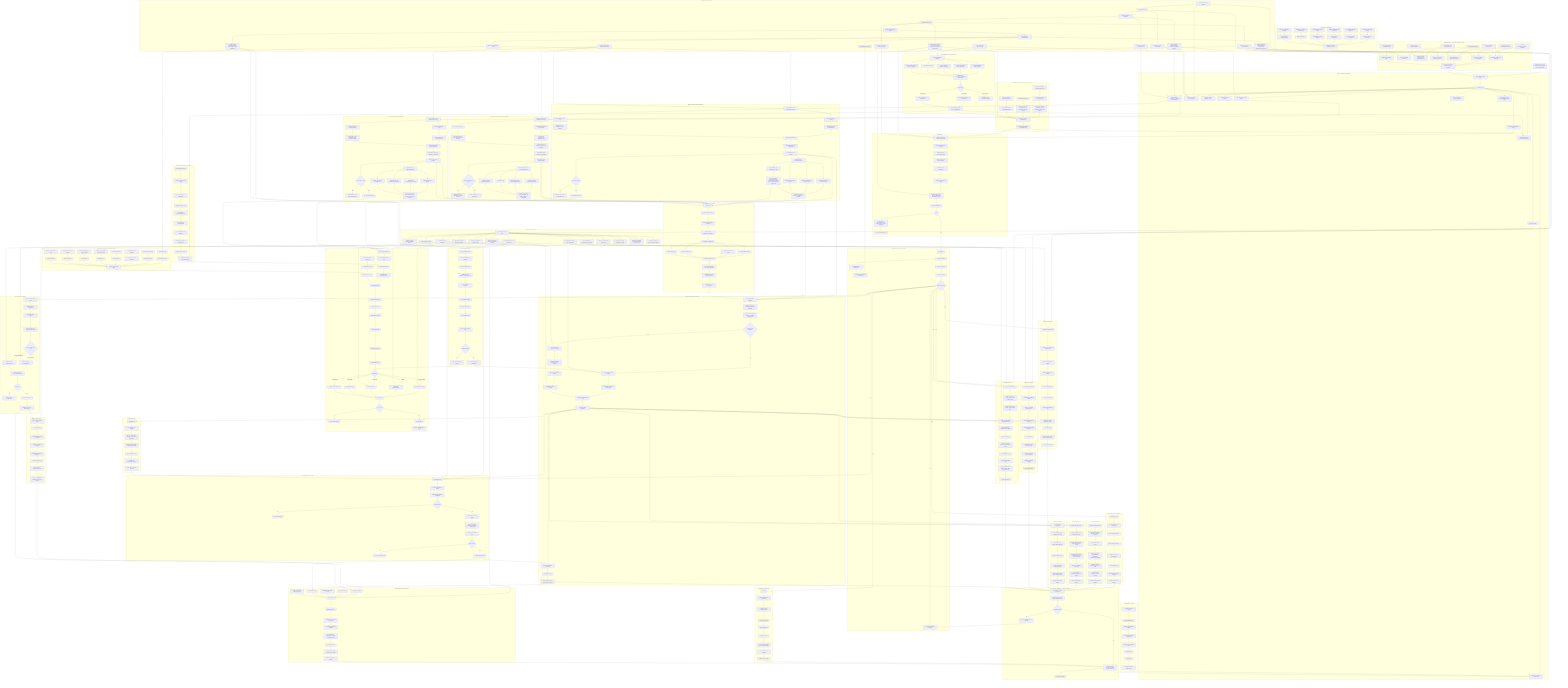
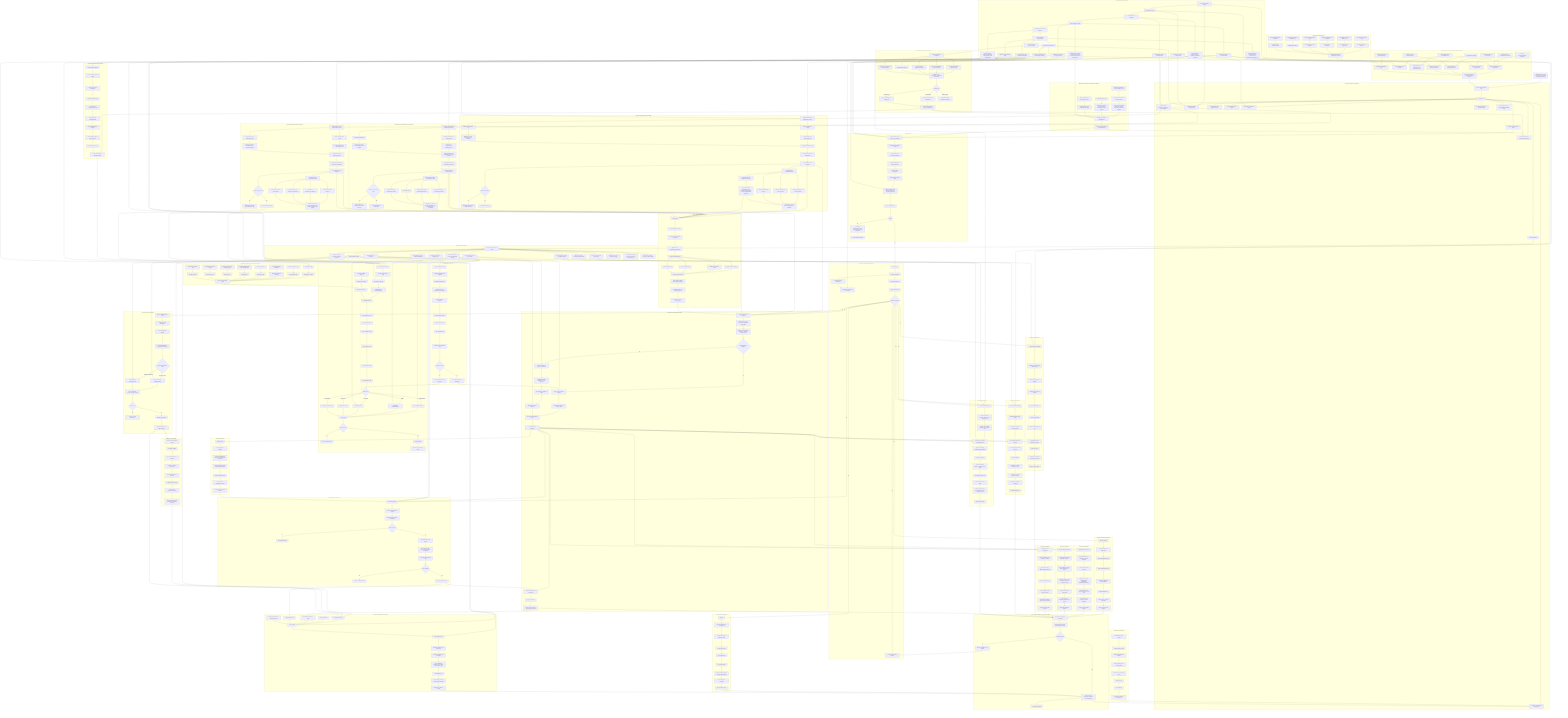
flowchart TD
    START["Management scale view<br/>z/OS provisioning and third-party software lifecycle"] --> CN["Linux or macOS control node"]

    subgraph WORKFORCE["Delivery model: one owner plus AI-assisted execution"]
        OWNER["Human architect and accountable owner"] --> BACKLOG["Architecture backlog and decision log"]
        OWNER --> PRIORITY["Scope triage and pilot selection"]
        OWNER --> REVIEW["Design review, risk acceptance, and production approval"]
        AG1["AI agent: repo/documentation maintainer"] --> BACKLOG
        AG2["AI agent: product documentation researcher"] --> DOCQUEUE["Vendor documentation research queue"]
        AG3["AI agent: Ansible role implementer"] --> ROLEQUEUE["Role and collection implementation queue"]
        AG4["AI agent: test and verification builder"] --> TESTQUEUE["Scenario, molecule, lint, and evidence queue"]
        AG5["AI agent: migration and unwinding analyst"] --> UNWINDQUEUE["Installed-state unwinding queue"]
        COPILOT["IDE completion assistant"] --> ROLEQUEUE
        BACKLOG --> DECISIONS["Recorded assumptions, constraints, and open questions"]
        DOCQUEUE --> DECISIONS
        ROLEQUEUE --> DECISIONS
        TESTQUEUE --> DECISIONS
        UNWINDQUEUE --> DECISIONS
    end

    subgraph CONTROL["Control node and project foundation"]
        CN --> AP["Ansible project"]
        AP --> INV["Inventory and environment model"]
        AP --> ROLES["Shared role catalog"]
        AP --> DATA["Product, region, subsystem, security, and clone definitions"]
        AP --> REPORT["Validation, reporting, and evidence roles"]
        AP --> DOCS["Synchronized design documentation"]
        AP --> DIAGS["Standalone Mermaid diagram sources"]
        AP --> GIT["Git history with atomic commits"]
        AP --> CI["Lint, syntax, and scenario checks"]
        AP --> SECRETS["Vault, credential, token, and key handling"]
        AP --> COLLECTIONS["Ansible collections and execution environments"]
        AP --> TEMPLATES["Jinja templates for JCL, SQL, PARMLIB, PROCLIB, RACF"]
    end

    subgraph GAPS["Top-to-bottom gap remediation"]
        GAP1["Cross-document gap register"] --> GAP2["Pilot selection record"]
        GAP2 --> GAP3["Artifact and schema foundation"]
        GAP3 --> GAP4["IBM automation contract"]
        GAP4 --> GAP5["Security and clone-factory decisions"]
        GAP5 --> GAP6["Vendor intake and unwinding plan"]
        GAP6 --> GAP7["Pilot design readiness gate"]
        GAP3 --> GAP8["Product definition, dependency graph, evidence, and backout schemas"]
        GAP4 --> GAP9["z/OSMF, Ansible collection, control-node, managed-node, CICS, IMS, Db2, and MQ decisions"]
        GAP5 --> GAP10["Security backend abstraction, RACF-first clone template, z/VM capability map"]
        GAP6 --> GAP11["Entitlement-backed inventory, BMC pilot evidence, OSS dispositions, sidequest rule"]
        GAP2 --> GAP12["Pilot and governance controls detail"]
        GAP3 --> GAP13["Schema and evidence foundation detail"]
        GAP4 --> GAP14["Automation contract and security gap detail"]
        GAP6 --> GAP15["BMC read-only unwinding detail"]
        GAP6 --> GAP16["Product inventory and entitlement intake detail"]
        GAP4 --> GAP17["Subsystem scope and execution detail"]
        GAP6 --> GAP18["OSS and sidequest disposition detail"]
+         GAP7 --> GAP19["Repository population and clone lifecycle workflows"]
    end

    subgraph IBMDOCS["IBM Ansible and platform documentation gathering"]
        ID1["Gather Red Hat Ansible Content for IBM Z docs"] --> ID2["Record collection versions and requirements"]
        ID2 --> ID3["Map z/OS Core, z/OSMF, CICS, IMS, System Automation, and Z HMC modules"]
        ID4["Gather IBM product docs"] --> ID5["Map z/OS, CICS, IMS, Db2, MQ, System Automation, and z/VM surfaces"]
        ID6["Probe unsupported or unconfirmed surfaces"] --> ID7["Classify Db2, MQ, and z/VM automation gaps"]
        ID3 --> ID8["Platform and collection capability maps"]
        ID5 --> ID8
        ID7 --> ID8
        ID8 --> ID9["Role design prerequisites and preflight inputs"]
    end

    subgraph OSSDOCS["OSS tooling discovery and governance"]
        OSS1["Collect relevant OSS candidates"] --> OSS2["Feilong and IBM z/VM adjacent tooling"]
        OSS1 --> OSS3["Zowe CLI, API Mediation Layer, and Explorer"]
        OSS1 --> OSS4["zopen community packages and Git port"]
        OSS1 --> OSS5["Galasa validation harness"]
        OSS1 --> OSS6["py3270, x3270, s3270, and emulator watchlist"]
        OSS2 --> OSS7["Classify license, provenance, support, and internal owner"]
        OSS3 --> OSS7
        OSS4 --> OSS7
        OSS5 --> OSS7
        OSS6 --> OSS7
        OSS7 --> OSS8{"Adoption lane"}
        OSS8 -- "Core candidate" --> OSS9["Pin version and mirror into internal depot"]
        OSS8 -- "Optional helper" --> OSS10["Track as control-node or validation aid"]
        OSS8 -- "Risky or unclear" --> OSS11["Quarantine outside executable automation"]
        OSS9 --> OSS12["Feed platform and clone-factory capability maps"]
        OSS10 --> OSS12
    end

    subgraph ARCH["Target architecture surfaces"]
        ROLES --> ZOS["z/OS managed node over SSH"]
        ZOS --> ZOSMF["z/OSMF APIs and workflows"]
        ZOS --> ZOAU["ZOAU and Python runtime"]
        ZOS --> JES["JES job submission and spool capture"]
        ZOS --> MVS["MVS datasets, catalogs, PROCLIB, PARMLIB"]
        ZOS --> USS["USS paths, permissions, tagging, scripts"]
        ZOS --> SMPE["SMP/E CSI, target libraries, distribution libraries"]
        ZOS --> RACF["RACF users, groups, profiles, permits, OMVS, keyrings"]
        ZOS --> CICSAPI["CICS TS, CICSPlex SM, CMCI, CSD"]
        ZOS --> IMSAPI["IMS control regions, commands, DBRC, catalog"]
        ZOS --> DB2API["Db2 subsystems, catalog, SQL, BIND, utilities"]
        ZOS --> TCPIP["TCP/IP, ports, resolver, certificates, keyrings"]
        ZOS --> AUTO["Automation, scheduling, console command, and message hooks"]
        ZOS --> STORAGE["SMS classes, volumes, ACS rules, dataset naming"]
    end

    subgraph PREFLIGHT["Preflight checks"]
        INV --> PF1["Validate control node versions and collections"]
        PF1 --> PF2["Validate SSH and Python on z/OS"]
        PF2 --> PF3["Validate ZOAU and environment variables"]
        PF3 --> PF4["Gather z/OS facts and dataset standards"]
        PF4 --> PF5["Validate security permissions"]
        PF5 --> PF6["Validate storage and HLQ access"]
        PF6 --> PF7["Validate product, CICS, IMS, Db2, SMP/E, and z/OSMF prerequisites"]
        PF7 --> PF8["Produce preflight report"]
        PF8 --> PFGATE{"Ready?"}
        PFGATE -- "No" --> PFGAP["Report gaps<br/>security, storage, SSH, ZOAU, Python, product media, APIs"]
        PFGAP --> PFFOLLOW["Create remediation backlog"]
    end

    ID9 --> PF1
    ID9 --> COLLECTIONS
    OSS12 --> ID8
    OSS12 --> COLLECTIONS
    OSS12 --> DP10
    GAP1 --> BACKLOG
    GAP1 --> DOCS
    GAP2 --> PRIORITY
    GAP7 --> IN8
    GAP8 --> DATA
    GAP8 --> CI
    GAP9 --> ID8
    GAP9 --> PF1
    GAP10 --> CL2
    GAP10 --> R1
    GAP11 --> DOCQUEUE
    GAP11 --> UNWINDQUEUE
    GAP12 --> DOCS
    GAP13 --> DATA
    GAP14 --> PF1
    GAP15 --> BMC1
    GAP15 --> UW1
    GAP16 --> BMC1
    GAP16 --> CA1
    GAP16 --> RK1
    GAP17 --> C1
    GAP17 --> I1
    GAP17 --> D1
    GAP17 --> PF7
    GAP18 --> OSS1
    GAP18 --> DOCS
+     GAP19 --> DP1
+     GAP19 --> CL1
+     GAP19 --> CL7
+     GAP19 --> TESTQUEUE

    subgraph INTAKE["Enterprise intake and design controls"]
        PFGATE -- "Yes" --> IN1["Stage inputs"]
        IN1 --> IN2["Normalize definitions"]
        IN2 --> IN3["Resolve dependencies"]
        IN3 --> IN4["Build execution plan"]
        IN4 --> IN5{"Approval to execute?"}
        IN5 -- "No" --> IN6["Hold plan and publish findings"]
        IN2 --> IN7["Tag unknowns and assumptions"]
        IN7 --> IN8["Split into pilot, backlog, and out-of-scope"]
    end

    subgraph ZOSMFCTRL["z/OSMF-first control model"]
        ZM1["Discover z/OSMF services"] --> ZM2["Validate authentication and certificates"]
        ZM2 --> ZM3["Validate workflow service"]
        ZM3 --> ZM4["Validate jobs, files, datasets, and console APIs"]
        ZM4 --> ZM5["Register workflow templates"]
        ZM5 --> ZM6["Create workflow instance"]
        ZM6 --> ZM7["Bind workflow variables"]
        ZM7 --> ZM8["Drive workflow steps"]
        ZM8 --> ZM9["Collect workflow status and logs"]
        ZM9 --> ZM10{"Workflow reusable?"}
        ZM10 -- "Yes" --> ZM11["Promote as preferred install path"]
        ZM10 -- "No" --> ZM12["Wrap as product-specific exception"]
    end

    subgraph PRODUCTMODEL["Product definition schema pressure"]
        PD1["Vendor family"] --> PD2["Product identity and aliases"]
        PD2 --> PD3["Version, release, FMIDs, SYSMODs"]
        PD3 --> PD4["Media, service, HOLDDATA, checksums"]
        PD4 --> PD5["Install method classification"]
        PD5 --> PD6["z/OSMF workflow variables"]
        PD5 --> PD7["SMP/E zones and CSI model"]
        PD5 --> PD8["Vendor JCL parameters"]
        PD5 --> PD9["Runtime-only overlay"]
        PD6 --> PD10["Runtime integration hooks"]
        PD7 --> PD10
        PD8 --> PD10
        PD9 --> PD10
        PD10 --> PD11["CICS, IMS, Db2, RACF, USS, TCP/IP, automation"]
        PD11 --> PD12["Verification probes and expected evidence"]
        PD12 --> PD13["Backout, hold, soak, accept policy"]
    end

    subgraph BMC["BMC documentation and product intake"]
        BMC1["BMC entitlement and installed-state inventory"] --> BMC2["BMC documentation catalog"]
        BMC1 --> BMC3["BMC Product Download Tool"]
        BMC2 --> BMC4["BMC product/version documentation set"]
        BMC3 --> BMC5["BMC media, service, HOLDDATA, tools, workflows"]
        BMC4 --> BMC6["Classify BMC install method"]
        BMC5 --> BMC6
        BMC6 --> BMC7["Extract BMC automation requirements"]
        BMC7 --> BMC8["Create BMC product definition"]
        BMC8 --> BMC9{"BMC ready for pilot?"}
        BMC9 -- "No" --> BMC10["Mark BMC unknowns and continue discovery"]
        BMC9 -- "Yes" --> BMC11["Select BMC adapter pilot"]
        BMC8 --> BMC12["First BMC target documentation intake"]
        BMC12 --> BMC13["AMI Ops Monitoring and monitor products"]
        BMC12 --> BMC14["AMI Ops Automation and licensed options"]
        BMC12 --> BMC15["AMI DevX product-family inventory"]
        BMC12 --> BMC17["Control-M suite and INCONTROL inventory"]
        BMC13 --> BMC16["Capture docs, media, service, HOLDDATA, JCL, workflows"]
        BMC14 --> BMC16
        BMC15 --> BMC16
        BMC17 --> BMC18["Capture distributed orchestration, agents, Automation API, Control-M for z/OS, and INCONTROL components"]
        BMC18 --> BMC16
    end

    subgraph BROADCOM["Broadcom CA documentation and product intake"]
        CA1["Broadcom entitlement and installed-state inventory"] --> CA2["Broadcom TechDocs and Support Portal"]
        CA1 --> CA3["Broadcom My Downloads"]
        CA2 --> CA4["Broadcom CA product/version documentation set"]
        CA3 --> CA5["Broadcom CA media, service, HOLDDATA, tools, workflows"]
        CA4 --> CA6["Classify Broadcom CA install method and legacy CA aliases"]
        CA5 --> CA6
        CA6 --> CA7["Extract Broadcom CA automation requirements"]
        CA7 --> CA8["Create Broadcom CA product definition"]
        CA8 --> CA9{"Broadcom CA ready for pilot?"}
        CA9 -- "No" --> CA10["Mark Broadcom CA unknowns and continue discovery"]
        CA9 -- "Yes" --> CA11["Select Broadcom CA adapter pilot"]
        CA8 --> CA12["First Broadcom CA target documentation intake"]
        CA12 --> CA13["DevOps and change-management inventory"]
        CA12 --> CA14["Automation, operations, and scheduling inventory"]
        CA12 --> CA15["Security inventory"]
        CA12 --> CA16["Database and data-management inventory"]
        CA13 --> CA17["Capture docs, media, service, HOLDDATA, JCL, workflows, lifecycle, compatibility"]
        CA14 --> CA17
        CA15 --> CA17
        CA16 --> CA17
    end

    subgraph ROCKET["Rocket documentation and product intake"]
        RK1["Rocket entitlement and installed-state inventory"] --> RK2["Rocket documentation portal"]
        RK1 --> RK3["Rocket support and download channels"]
        RK2 --> RK4["Rocket product/version documentation set"]
        RK3 --> RK5["Rocket media, service, HOLDDATA, USS payloads, workflows"]
        RK4 --> RK6["Classify Rocket install method and aliases"]
        RK5 --> RK6
        RK6 --> RK7["Extract Rocket MVS, USS, and runtime requirements"]
        RK7 --> RK8["Create Rocket product definition"]
        RK8 --> RK9{"Rocket ready for pilot?"}
        RK9 -- "No" --> RK10["Mark Rocket unknowns and continue discovery"]
        RK9 -- "Yes" --> RK11["Select Rocket adapter pilot"]
        RK8 --> RK12["First Rocket target documentation intake"]
        RK12 --> RK13["TMON and monitoring inventory"]
        RK12 --> RK14["Mainstar and storage/recovery inventory"]
        RK12 --> RK15["Enterprise Suite and developer tooling inventory"]
        RK12 --> RK16["Change, JCL, and data tools inventory"]
        RK13 --> RK17["Capture docs, media, service, HOLDDATA, JCL, workflows, USS and Java payloads"]
        RK14 --> RK17
        RK15 --> RK17
        RK16 --> RK17
    end

    subgraph VENDORLIFE["Generic third-party vendor lifecycle"]
        VD1["Vendor media and service"] --> VD2["Internal vendor software depot"]
        VD2 --> VD3["Product bill of materials"]
        VD3 --> VD4["Compatibility and dependency graph"]
        VD5["Current z/OS estate discovery"] --> VD6["Configuration unwinder"]
        VD6 --> VD7["Observed state catalog"]
        VD4 --> VD8["Deployment planner"]
        VD7 --> VD8
        VD8 --> VA1["Vendor adapter: discover"]
        VA1 --> VA2["Vendor adapter: intake"]
        VA2 --> VA3["Vendor adapter: classify"]
        VA3 --> VA4["Vendor adapter: plan"]
        VA4 --> VA5["Vendor adapter: stage"]
        VA5 --> VA6["Vendor adapter: check"]
        VA6 --> VA7{"Install method"}
        VA7 -- "z/OSMF workflow" --> VA8["Drive z/OSMF workflow"]
        VA7 -- "SMP/E" --> VA9["Run SMP/E RECEIVE/APPLY"]
        VA7 -- "Vendor JCL" --> VA10["Submit vendor JCL"]
        VA7 -- "Runtime only" --> VA11["Apply runtime overlay"]
        VA7 -- "Legacy capture" --> VA12["Capture and normalize only"]
        VA8 --> VA13["Vendor verify"]
        VA9 --> VA13
        VA10 --> VA13
        VA11 --> VA13
        VA12 --> VA13
        VA13 --> VA14{"Vendor passed?"}
        VA14 -- "No" --> VA15["Recover vendor change"]
        VA14 -- "Yes" --> VA16["Vendor evidence"]
        VA16 --> VA17["Promote, hold, rollback, or accept"]
    end

    subgraph DEPOT["Internal depot and repository operations"]
        DP1["Raw entitlement download"] --> DP2["Checksum and provenance capture"]
        DP2 --> DP3["License and access classification"]
        DP3 --> DP4["Normalize package names"]
        DP4 --> DP5["Store media by vendor/product/version"]
        DP5 --> DP6["Store service by APAR/PTF/build"]
        DP6 --> DP7["Store HOLDDATA and advisories"]
        DP7 --> DP8["Store z/OSMF workflows and vendor JCL"]
        DP8 --> DP9["Generate depot manifest"]
        DP9 --> DP10["Feed product BOM and dependency graph"]
    end

    subgraph UNWIND["Configuration unwinding and current-state capture"]
        UW1["Scan SMP/E CSIs"] --> UW2["Map FMIDs to products"]
        UW3["Scan APF, LINKLIST, LPA"] --> UW4["Map runtime libraries"]
        UW5["Scan PROCLIB and PARMLIB"] --> UW6["Map started tasks and parameters"]
        UW7["Scan CICS definitions"] --> UW8["Map CICS hooks"]
        UW9["Scan IMS PROCLIB, DBD, PSB, ACB, RECON"] --> UW10["Map IMS hooks"]
        UW11["Scan Db2 catalog, plans, packages, grants"] --> UW12["Map Db2 hooks"]
        UW13["Scan RACF profiles and permits"] --> UW14["Map security hooks"]
        UW15["Scan USS trees and file tags"] --> UW16["Map USS payloads"]
        UW2 --> UW17["Observed product state graph"]
        UW4 --> UW17
        UW6 --> UW17
        UW8 --> UW17
        UW10 --> UW17
        UW12 --> UW17
        UW14 --> UW17
        UW16 --> UW17
    end

    subgraph VENDORDEPLOY["Vendor product deployment execution"]
        VP1["Load vendor product definition"] --> VP2["Validate media, license, prerequisites, workflows, and FMIDs"]
        VP2 --> VP3["Stage media to USS, MVS datasets, or z/OSMF workflow inputs"]
        VP3 --> VP4{"z/OSMF workflow available?"}
        VP4 -- "Yes" --> VP5["Create or drive z/OSMF workflow"]
        VP4 -- "No" --> VP6["Prepare SMP/E CSI, zones, or vendor JCL"]
        VP5 --> VP7["Track workflow steps and capture output"]
        VP6 --> VP8["Run RECEIVE/APPLY CHECK or vendor validation"]
        VP8 --> VP9["Approval gate for APPLY or install"]
        VP9 --> VP10["Run APPLY or vendor install JCL"]
        VP7 --> VP11["Run product customization steps"]
        VP10 --> VP11
        VP11 --> VP12["Configure runtime integration"]
        VP12 --> VP13["Start or refresh product components"]
        VP13 --> VP14["Verify product status"]
        VP14 --> VP15["Capture vendor evidence and deployment manifest"]
    end

    subgraph SHAREDZOS["Shared z/OS services deployment"]
        SZ1["Allocate datasets"] --> SZ2["Set catalog aliases and SMS policy"]
        SZ2 --> SZ3["Render PARMLIB members"]
        SZ3 --> SZ4["Render PROCLIB members"]
        SZ4 --> SZ5["Update APF, LINKLIST, LPA candidates"]
        SZ5 --> SZ6["Submit validation jobs"]
        SZ6 --> SZ7["Issue refresh or operator commands"]
        SZ7 --> SZ8["Capture system-service evidence"]
    end

    subgraph CICS["CICS region deployment"]
        C1["Load CICS region definition"] --> C2["Validate region naming and dataset model"]
        C2 --> C3["Allocate or verify region datasets"]
        C3 --> C4["Initialize global and local catalogs"]
        C4 --> C5["Create auxiliary datasets"]
        C5 --> C6["Create or update CSD"]
        C6 --> C7["Render and install startup JCL"]
        C7 --> C8["Apply CMCI resource definitions if enabled"]
        C8 --> C9["Start CICS region"]
        C9 --> C10["Verify CICS region status and expected resources"]
        C10 --> C11["Capture CICS evidence"]
    end

    subgraph CICSINTEG["CICS vendor integration"]
        CI1["Identify target CICS regions"] --> CI2["Map product libraries to DFHRPL or dynamic LIBRARY"]
        CI2 --> CI3["Generate CSD or BAS resources"]
        CI3 --> CI4["Apply PLT, SIT, TDQ, TCPIPSERVICE, PROGRAM, TRANSACTION changes"]
        CI4 --> CI5["Coordinate phase-in, newcopy, recycle, or cold start"]
        CI5 --> CI6["Verify transactions, programs, exits, and messages"]
        CI6 --> CI7["Capture CICS integration evidence"]
    end

    subgraph IMS["IMS region deployment"]
        I1["Load IMS region definition"] --> I2["Validate IMSID and library model"]
        I2 --> I3["Allocate or verify IMS runtime datasets"]
        I3 --> I4["Render PROCLIB and JCL members"]
        I4 --> I5["Generate DBDs and PSBs if in scope"]
        I5 --> I6["Generate ACBs"]
        I6 --> I7["Run DBRC or catalog actions if in scope"]
        I7 --> I8["Start IMS control and dependent regions"]
        I8 --> I9["Submit IMS verification commands"]
        I9 --> I10["Capture IMS evidence"]
    end

    subgraph IMSINTEG["IMS vendor integration"]
        II1["Identify target IMS systems"] --> II2["Map product libraries and PROCLIB members"]
        II2 --> II3["Generate IMS parameters, DBDs, PSBs, ACBs if needed"]
        II3 --> II4["Coordinate DBRC, catalog, dependent regions, and command security"]
        II4 --> II5["Recycle or refresh IMS components"]
        II5 --> II6["Verify commands, messages, databases, and regions"]
        II6 --> II7["Capture IMS integration evidence"]
    end

    subgraph DB2["Db2 artifact deployment"]
        D1["Load Db2 artifact definition"] --> D2["Validate subsystem, schema, collection, and authority model"]
        D2 --> D3["Capture current catalog, package, plan, and grant state"]
        D3 --> D4["Render SQL, bind, utility, and verification JCL"]
        D4 --> D5["Run non-destructive validation where available"]
        D5 --> D6["Run DDL or DCL jobs"]
        D6 --> D7["Run BIND, REBIND, FREE, or package jobs if in scope"]
        D7 --> D8["Run utility jobs if in scope"]
        D8 --> D9["Query catalog and bind state"]
        D9 --> D10["Verify expected objects, grants, packages, plans, and return codes"]
        D10 --> D11["Capture Db2 evidence"]
    end

    subgraph DB2INTEG["Db2 vendor integration"]
        DI1["Identify target Db2 subsystems"] --> DI2["Map product libraries, SQL, packages, and plans"]
        DI2 --> DI3["Generate DDL, DCL, BIND, GRANT, utility jobs"]
        DI3 --> DI4["Run pre-catalog capture"]
        DI4 --> DI5["Execute Db2 jobs with return-code policy"]
        DI5 --> DI6["Verify catalog, packages, plans, collections, grants"]
        DI6 --> DI7["Capture Db2 integration evidence"]
    end

    subgraph RACFCTL["RACF maintenance and control"]
        R1["RACF desired state"] --> R2["Render commands and backout"]
        R2 --> R3["Validate naming, collisions, and authority"]
        R3 --> R4{"RACF approved?"}
        R4 -- "No" --> R5["Report RACF findings"]
        R4 -- "Yes" --> R6["Apply RACF command stream"]
        R6 --> R7["Query users, groups, profiles, permits, OMVS, and keyrings"]
        R7 --> R8["Compare expected RACF state"]
        R8 --> R9{"RACF matched?"}
        R9 -- "No" --> R10["Recover or flag RACF drift"]
        R9 -- "Yes" --> R11["Publish security evidence"]
    end

    subgraph SECURITYDESIGN["Security design scope"]
        SD1["Authority model"] --> SD2["Least-privilege role mapping"]
        SD2 --> SD3["Surrogate, OPERCMDS, FACILITY, dataset, started-task profiles"]
        SD3 --> SD4["OMVS segments, keyrings, certificates, PassTickets"]
        SD4 --> SD5["Clone-local identity model"]
        SD5 --> SD6["Disconnected authentication posture"]
        SD6 --> SD7["Audit evidence and drift detection"]
    end

    subgraph MAINT["z/OS and product maintenance"]
        M1["Discover installed service levels"] --> M2["Intake service and HOLDDATA"]
        M2 --> M3["Create maintenance manifest"]
        M3 --> M4["Run RECEIVE/APPLY CHECK and hold review"]
        M4 --> M5{"Approved maintenance path"}
        M5 -- "z/OSMF workflow" --> M6["Drive maintenance z/OSMF workflow"]
        M5 -- "Generated SMP/E JCL" --> M7["Submit SMP/E maintenance jobs"]
        M6 --> M8["Verify CSI, libraries, reports, and runtime state"]
        M7 --> M8
        M8 --> M9{"Soak passed?"}
        M9 -- "No" --> M10["Recover or hold maintenance"]
        M9 -- "Yes" --> M11["ACCEPT with approval"]
        M11 --> M12["Publish service level to SMP repository"]
    end

    subgraph SMPEFACTORY["SMP/E repository factory"]
        SF1["Receive vendor and IBM service"] --> SF2["Run APPLY CHECK"]
        SF2 --> SF3["Review HOLDDATA and exceptions"]
        SF3 --> SF4["Promote to controlled service level"]
        SF4 --> SF5["Build canonical CSI and library set"]
        SF5 --> SF6["Snapshot repository state"]
        SF6 --> SF7["Emit cloneable maintenance baseline"]
        SF7 --> SF8["Record compatibility with middleware and vendor products"]
    end

    subgraph FULLENV["Full environment deployment"]
        F1["Preflight"] --> F2["Install or update vendor prerequisites"]
        F2 --> F3["Deploy base vendor runtime products"]
        F3 --> F4["Deploy CICS regions"]
        F4 --> F5["Deploy IMS regions"]
        F5 --> F6["Deploy Db2 artifacts"]
        F6 --> F7["Deploy vendor integrations into CICS, IMS, and Db2"]
        F7 --> F8["Run cross-system verification"]
        F8 --> F9["Publish evidence bundle"]
    end

    subgraph CLONE["Disconnected VM guest clone factory"]
        CL1["Internal SMP repository"] --> CL2["Clone manifest"]
        CL3["z/OS service levels"] --> CL2
        CL4["Middleware and vendor levels"] --> CL2
        CL5["Local RACF template"] --> CL2
        CL6["VM guest network, disk, and storage policy"] --> CL2
        CL2 --> CL7["Plan VM guest clone"]
        CL7 --> CL8["Materialize datasets and USS content"]
        CL8 --> CL9["Generate local RACF and certificates"]
        CL9 --> CL10["Render PARMLIB, PROCLIB, JES, TCP/IP, and product config"]
        CL10 --> CL11["Boot VM guest clone"]
        CL11 --> CL12["Verify local-only authority and subsystem readiness"]
        CL12 --> CL13["Publish clone evidence bundle"]
    end

    subgraph TESTING["Test and evidence strategy"]
        T1["Static lint and syntax checks"] --> T2["Template rendering tests"]
        T2 --> T3["Offline product-definition validation"]
        T3 --> T4["Mock z/OSMF and JES response tests"]
        T4 --> T5["Sandbox z/OS or VM guest dry run"]
        T5 --> T6["Pilot deployment"]
        T6 --> T7["Soak validation"]
        T7 --> T8["Regression bundle for future agents"]
    end

    subgraph RISK["Scale and risk communication"]
        K1["No single vendor install model"] --> K2["Adapter-per-product pressure"]
        K3["No established universal SMP repos"] --> K4["Depot and repository engineering"]
        K5["Existing configuration must be unwound"] --> K6["Discovery before automation"]
        K7["Security and disconnected clones"] --> K8["Local authority model per VM guest"]
        K9["z/OSMF preferred but not sufficient alone"] --> K10["Fallbacks still required"]
        K11["CICS, IMS, Db2, RACF integration"] --> K12["Cross-subsystem verification burden"]
        K2 --> K13["Management takeaway: feasible but enormous"]
        K4 --> K13
        K6 --> K13
        K8 --> K13
        K10 --> K13
        K12 --> K13
    end

    subgraph VERIFY["Cross-system verification, recovery, and evidence"]
        X1["Start, refresh, or recycle components"] --> X2["Verify subsystem, product, security, and service state"]
        X2 --> X3{"All checks passed?"}
        X3 -- "No" --> X4["Recover, rollback, hold, or flag drift"]
        X3 -- "Yes" --> X5["Evidence bundle<br/>JES output, manifests, reports, snapshots"]
        X5 --> X6["Deployment complete"]
    end

    DECISIONS --> CN
    DATA --> BMC1
    DATA --> CA1
    DATA --> RK1
    BMC11 --> VD1
    CA11 --> VD1
    RK11 --> VD1
    BMC8 --> VP1
    CA8 --> VP1
    RK8 --> VP1
    BMC8 --> PD1
    BMC16 --> PD1
    BMC18 --> PD1
    CA8 --> PD1
    CA17 --> PD1
    RK8 --> PD1
    RK17 --> PD1
    DP10 --> VD3
    UW17 --> VD7
    PD13 --> VP1

    IN5 -- "Yes" --> VP1
    IN5 -- "Yes" --> SZ1
    IN5 -- "Yes" --> C1
    IN5 -- "Yes" --> I1
    IN5 -- "Yes" --> D1
    IN5 -- "Yes" --> R1
    IN5 -- "Yes" --> M1
    IN5 -- "Yes" --> F1

    ZOSMF --> VA8
    ZOSMF --> VP5
    ZOSMF --> M6
    ZOSMF --> ZM1
    SMPE --> VA9
    SMPE --> VP6
    SMPE --> M7
    SMPE --> SF1
    JES --> VA10
    JES --> VP10
    JES --> D4
    RACF --> R1
    CICSAPI --> C1
    IMSAPI --> I1
    DB2API --> D1

    ZM11 --> VP5
    ZM12 --> VA7
    VP12 --> C8
    VP12 --> I4
    VP12 --> D4
    VP12 --> R1
    VP12 --> CI1
    VP12 --> II1
    VP12 --> DI1
    VP12 --> SD1
    SZ8 --> X1
    CI7 --> X1
    II7 --> X1
    DI7 --> X1
    SD7 --> R1
    R11 --> VP13
    C11 --> X1
    I10 --> X1
    D11 --> X1
    VP15 --> X1
    M12 --> SF1
    SF8 --> CL1
    M12 --> CL1
    VP15 --> CL4
    R11 --> CL5
    F9 --> X5
    CL13 --> X5
    T8 --> REPORT
    K13 --> REVIEW

    X4 --> IN6
    X5 --> REPORT
